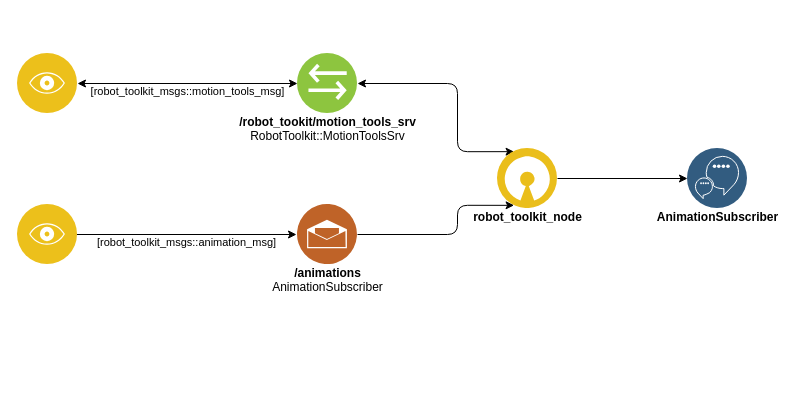
NicolasRochaPacheco/robot_toolkit keeps this draw.io diagram as wiki/images/motion_tools/motion_tools_diagram.drawio. Above is the earlier version. Source tidied: cells renumbered, new cells numbered last; positions are measured from the earlier drawing's top-left corner, leaving out a move shared by most shapes. Both pictures are drawn from the tidied source at 100%, with x=0, y=0 at pixel (17, 53).
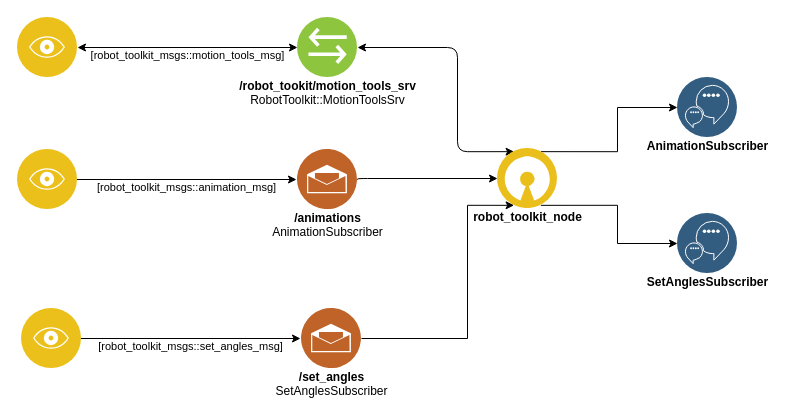
Above is the later version.

The change refers to these unchanged cells:
```xml
<mxCell id="4" value="robot_toolkit_node" style="perimeter=ellipsePerimeter;html=1;align=center;shadow=0;dashed=0;fontColor=#000000;labelBackgroundColor=#ffffff;fontSize=12;spacingTop=-5;image;image=img/lib/ibm/applications/open_source_tools.svg;fontStyle=1;" parent="1" vertex="1">
  <mxGeometry x="480" y="95" width="60" height="60" as="geometry" />
</mxCell>
```

The edit, as a diff of the source:
```diff
@@
     <mxCell id="2" style="edgeStyle=orthogonalEdgeStyle;rounded=1;jettySize=auto;html=1;exitX=0.25;exitY=0;exitDx=0;exitDy=0;entryX=1;entryY=0.5;entryDx=0;entryDy=0;fontColor=#000000;startArrow=classic;startFill=1;spacingTop=-5;" parent="1" edge="1" source="4" target="6">
       <mxGeometry relative="1" as="geometry">
         <Array as="points">
           <mxPoint x="440" y="98" />
-          <mxPoint x="440" y="30" />
+          <mxPoint x="440" y="-6" />
         </Array>
       </mxGeometry>
     </mxCell>
-    <mxCell id="3" style="edgeStyle=orthogonalEdgeStyle;rounded=0;jettySize=auto;html=1;exitX=1;exitY=0.5;exitDx=0;exitDy=0;" parent="1" edge="1" source="4" target="9">
+    <mxCell id="3" style="edgeStyle=orthogonalEdgeStyle;rounded=0;jettySize=auto;html=1;exitX=0.75;exitY=0;exitDx=0;exitDy=0;entryX=0;entryY=0.5;entryDx=0;entryDy=0;" parent="1" edge="1" source="4" target="9">
       <mxGeometry relative="1" as="geometry" />
     </mxCell>
+    <mxCell id="14" style="edgeStyle=orthogonalEdgeStyle;rounded=0;jettySize=auto;html=1;exitX=0.75;exitY=1;exitDx=0;exitDy=0;entryX=0;entryY=0.5;entryDx=0;entryDy=0;" parent="1" edge="1" source="4" target="19">
+      <mxGeometry relative="1" as="geometry" />
+    </mxCell>
@@
     <mxCell id="6" value="/robot_tookit/motion_tools_srv&lt;br&gt;&lt;div&gt;&lt;span style=&quot;font-weight: normal&quot;&gt;RobotToolkit::MotionToolsSrv&lt;/span&gt;&lt;/div&gt;" style="perimeter=ellipsePerimeter;html=1;align=center;shadow=0;dashed=0;fontColor=#000000;labelBackgroundColor=#ffffff;fontSize=12;spacingTop=-5;image;image=img/lib/ibm/vpc/Bridge.svg;fontStyle=1;verticalAlign=top;horizontal=1;" parent="1" vertex="1">
-      <mxGeometry x="280" width="60" height="60" as="geometry" />
+      <mxGeometry x="280" y="-36" width="60" height="60" as="geometry" />
     </mxCell>
-    <mxCell id="7" style="edgeStyle=orthogonalEdgeStyle;rounded=1;jettySize=auto;html=1;exitX=1;exitY=0.5;exitDx=0;exitDy=0;entryX=0.25;entryY=1;entryDx=0;entryDy=0;startArrow=none;startFill=0;endArrow=classic;endFill=1;fontColor=#000000;spacingTop=-5;" parent="1" edge="1" source="8" target="4">
+    <mxCell id="7" style="edgeStyle=orthogonalEdgeStyle;rounded=1;jettySize=auto;html=1;exitX=1;exitY=0.5;exitDx=0;exitDy=0;startArrow=none;startFill=0;endArrow=classic;endFill=1;fontColor=#000000;spacingTop=-5;entryX=0;entryY=0.5;entryDx=0;entryDy=0;" parent="1" edge="1" source="8" target="4">
       <mxGeometry relative="1" as="geometry">
         <Array as="points">
-          <mxPoint x="440" y="181" />
-          <mxPoint x="440" y="152" />
+          <mxPoint x="340" y="125" />
         </Array>
       </mxGeometry>
     </mxCell>
     <mxCell id="8" value="&lt;div&gt;/animations&lt;span style=&quot;font-weight: normal&quot;&gt;&lt;br&gt;&lt;/span&gt;&lt;/div&gt;&lt;div&gt;&lt;span style=&quot;font-weight: normal&quot;&gt;AnimationSubscriber&lt;/span&gt;&lt;/div&gt;" style="perimeter=ellipsePerimeter;html=1;align=center;shadow=0;dashed=0;fontColor=#000000;labelBackgroundColor=#ffffff;fontSize=12;spacingTop=-5;image;image=img/lib/ibm/social/messaging.svg;fontStyle=1;verticalAlign=top;horizontal=1;" parent="1" vertex="1">
-      <mxGeometry x="280" y="151" width="60" height="60" as="geometry" />
+      <mxGeometry x="280" y="96" width="60" height="60" as="geometry" />
     </mxCell>
     <mxCell id="9" value="&lt;div&gt;AnimationSubscriber&lt;/div&gt;" style="perimeter=ellipsePerimeter;html=1;align=center;shadow=0;dashed=0;fontColor=#000000;labelBackgroundColor=#ffffff;fontSize=12;spacingTop=-5;image;image=img/lib/ibm/data/conversation_trained_deployed.svg;fontStyle=1;" parent="1" vertex="1">
-      <mxGeometry x="670" y="95" width="60" height="60" as="geometry" />
+      <mxGeometry x="660" y="24" width="60" height="60" as="geometry" />
     </mxCell>
@@
     <mxCell id="11" style="perimeter=ellipsePerimeter;html=1;align=center;shadow=0;dashed=0;fontColor=#4277BB;labelBackgroundColor=#ffffff;fontSize=12;spacingTop=-5;image;image=img/lib/ibm/applications/visualization.svg;verticalAlign=top;horizontal=1;" parent="1" vertex="1">
-      <mxGeometry width="60" height="60" as="geometry" />
+      <mxGeometry y="-36" width="60" height="60" as="geometry" />
     </mxCell>
     <mxCell id="12" value="&lt;div&gt;[robot_toolkit_msgs::animation_msg]&lt;/div&gt;" style="edgeStyle=orthogonalEdgeStyle;rounded=1;orthogonalLoop=1;jettySize=auto;html=1;exitX=1;exitY=0.5;exitDx=0;exitDy=0;startArrow=none;startFill=0;endArrow=classic;endFill=1;fontColor=#000000;verticalAlign=top;horizontal=1;spacingTop=-5;" parent="1" edge="1">
       <mxGeometry relative="1" as="geometry">
-        <mxPoint x="59" y="181" as="sourcePoint" />
-        <mxPoint x="279" y="181" as="targetPoint" />
+        <mxPoint x="59" y="126" as="sourcePoint" />
+        <mxPoint x="279" y="126" as="targetPoint" />
       </mxGeometry>
     </mxCell>
     <mxCell id="13" style="perimeter=ellipsePerimeter;html=1;align=center;shadow=0;dashed=0;fontColor=#4277BB;labelBackgroundColor=#ffffff;fontSize=12;spacingTop=-5;image;image=img/lib/ibm/applications/visualization.svg;verticalAlign=top;horizontal=1;" parent="1" vertex="1">
-      <mxGeometry y="151" width="60" height="60" as="geometry" />
+      <mxGeometry y="96" width="60" height="60" as="geometry" />
     </mxCell>
+    <mxCell id="15" style="edgeStyle=orthogonalEdgeStyle;rounded=0;jettySize=auto;html=1;exitX=1;exitY=0.5;exitDx=0;exitDy=0;entryX=0.25;entryY=1;entryDx=0;entryDy=0;" parent="1" edge="1" source="16" target="4">
+      <mxGeometry relative="1" as="geometry">
+        <Array as="points">
+          <mxPoint x="450" y="285" />
+          <mxPoint x="450" y="152" />
+        </Array>
+      </mxGeometry>
+    </mxCell>
+    <mxCell id="16" value="&lt;div&gt;/set_angles&lt;span style=&quot;font-weight: normal&quot;&gt;&lt;br&gt;&lt;/span&gt;&lt;/div&gt;&lt;div&gt;&lt;span style=&quot;font-weight: normal&quot;&gt;SetAnglesSubscriber&lt;/span&gt;&lt;/div&gt;" style="perimeter=ellipsePerimeter;html=1;align=center;shadow=0;dashed=0;fontColor=#000000;labelBackgroundColor=#ffffff;fontSize=12;spacingTop=-5;image;image=img/lib/ibm/social/messaging.svg;fontStyle=1;verticalAlign=top;horizontal=1;" parent="1" vertex="1">
+      <mxGeometry x="284" y="255" width="60" height="60" as="geometry" />
+    </mxCell>
+    <mxCell id="17" value="&lt;div&gt;[robot_toolkit_msgs::set_angles_msg]&lt;/div&gt;" style="edgeStyle=orthogonalEdgeStyle;rounded=1;orthogonalLoop=1;jettySize=auto;html=1;exitX=1;exitY=0.5;exitDx=0;exitDy=0;startArrow=none;startFill=0;endArrow=classic;endFill=1;fontColor=#000000;verticalAlign=top;horizontal=1;spacingTop=-5;" parent="1" edge="1">
+      <mxGeometry relative="1" as="geometry">
+        <mxPoint x="63" y="285" as="sourcePoint" />
+        <mxPoint x="283" y="285" as="targetPoint" />
+      </mxGeometry>
+    </mxCell>
+    <mxCell id="18" style="perimeter=ellipsePerimeter;html=1;align=center;shadow=0;dashed=0;fontColor=#4277BB;labelBackgroundColor=#ffffff;fontSize=12;spacingTop=-5;image;image=img/lib/ibm/applications/visualization.svg;verticalAlign=top;horizontal=1;" parent="1" vertex="1">
+      <mxGeometry x="4" y="255" width="60" height="60" as="geometry" />
+    </mxCell>
+    <mxCell id="19" value="&lt;div&gt;SetAnglesSubscriber&lt;/div&gt;" style="perimeter=ellipsePerimeter;html=1;align=center;shadow=0;dashed=0;fontColor=#000000;labelBackgroundColor=#ffffff;fontSize=12;spacingTop=-5;image;image=img/lib/ibm/data/conversation_trained_deployed.svg;fontStyle=1;" parent="1" vertex="1">
+      <mxGeometry x="660" y="160" width="60" height="60" as="geometry" />
+    </mxCell>
```
